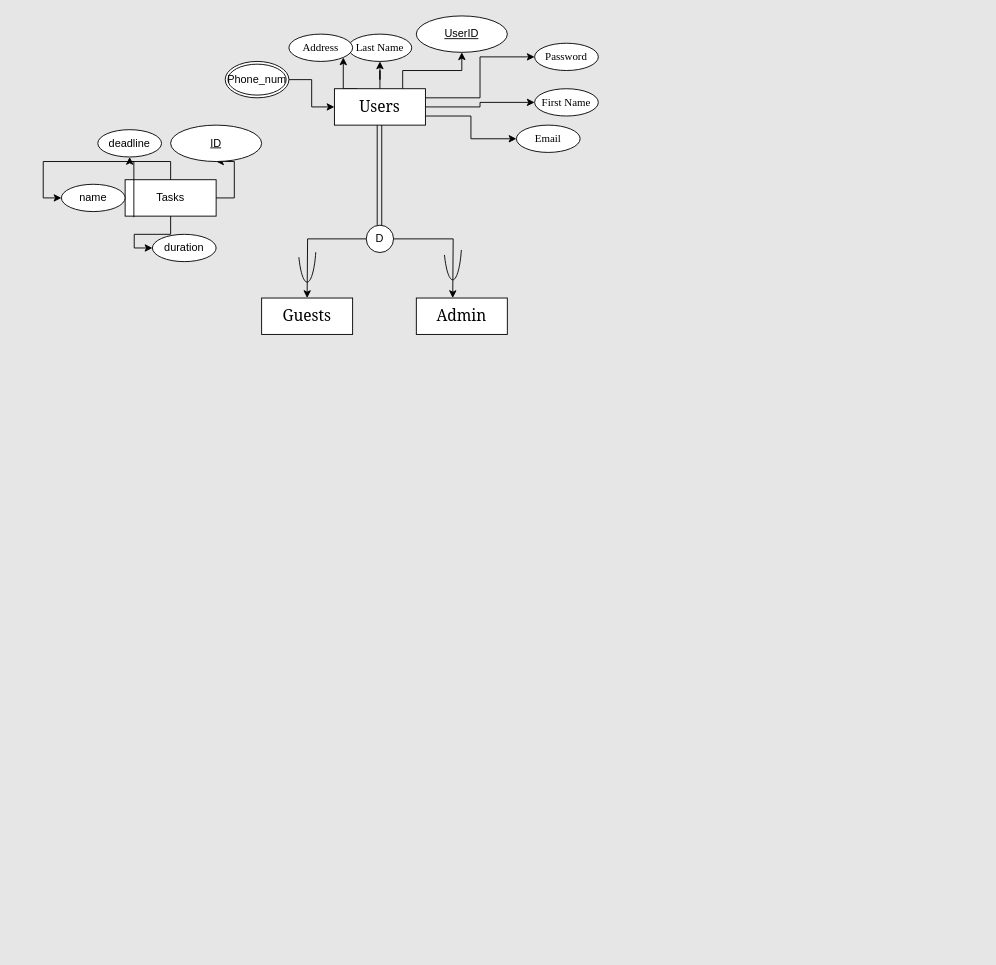
Earlier version of the draw.io diagram Untitled Diagram.drawio (JimmyDevvvvv/Ooga-booga-DB). Source tidied: cells renumbered, new cells numbered last; positions are measured from the earlier drawing's top-left corner, leaving out a move shared by most shapes. Both pictures are drawn from the tidied source at 91%, with x=0, y=0 at pixel (61, 15).
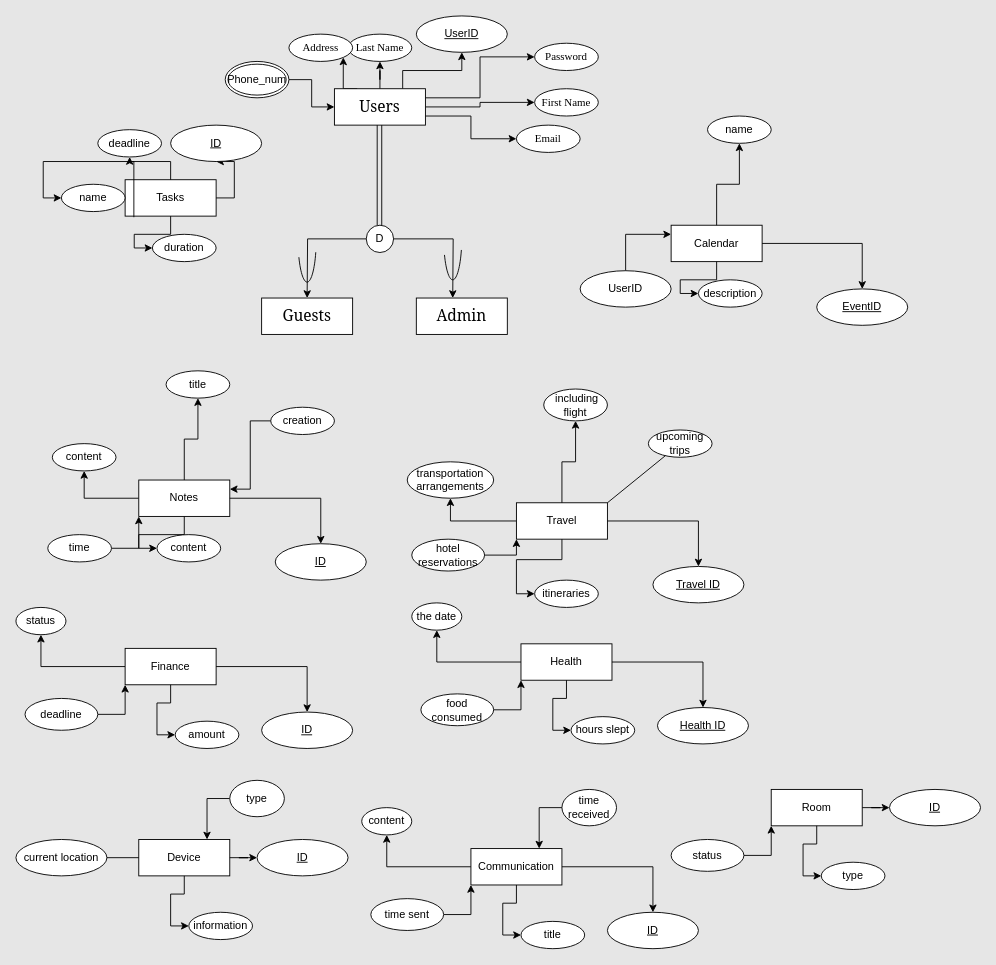
Above is the later version.

Diff of the diagram source:
```diff
@@
+    <mxCell id="34" value="&lt;p style=&quot;line-height: 240%;&quot;&gt;Calendar&lt;br&gt;&lt;/p&gt;" style="whiteSpace=wrap;html=1;align=center;fillColor=#FFFFFF;" parent="1" vertex="1">
+      <mxGeometry x="670" y="230" width="100" height="40" as="geometry" />
+    </mxCell>
+    <mxCell id="35" style="edgeStyle=orthogonalEdgeStyle;rounded=0;jettySize=auto;html=1;exitX=1;exitY=0.5;exitDx=0;exitDy=0;" parent="1" edge="1" source="34" target="36">
+      <mxGeometry relative="1" as="geometry" />
+    </mxCell>
+    <mxCell id="36" value="EventID" style="ellipse;whiteSpace=wrap;html=1;align=center;fontStyle=4;" parent="1" vertex="1">
+      <mxGeometry x="830" y="300" width="100" height="40" as="geometry" />
+    </mxCell>
+    <mxCell id="37" style="edgeStyle=orthogonalEdgeStyle;rounded=0;jettySize=auto;html=1;" parent="1" edge="1" source="34" target="39">
+      <mxGeometry relative="1" as="geometry" />
+    </mxCell>
+    <mxCell id="38" style="edgeStyle=orthogonalEdgeStyle;rounded=0;jettySize=auto;html=1;entryX=0;entryY=0.5;entryDx=0;entryDy=0;" parent="1" edge="1" source="34" target="40">
+      <mxGeometry relative="1" as="geometry" />
+    </mxCell>
+    <mxCell id="39" value="name" style="ellipse;whiteSpace=wrap;html=1;align=center;" parent="1" vertex="1">
+      <mxGeometry x="710" y="110" width="70" height="30" as="geometry" />
+    </mxCell>
+    <mxCell id="40" value="description" style="ellipse;whiteSpace=wrap;html=1;align=center;" parent="1" vertex="1">
+      <mxGeometry x="700" y="290" width="70" height="30" as="geometry" />
+    </mxCell>
+    <mxCell id="41" style="edgeStyle=orthogonalEdgeStyle;rounded=0;jettySize=auto;html=1;entryX=0.5;entryY=1;entryDx=0;entryDy=0;" parent="1" edge="1" source="42" target="49">
+      <mxGeometry relative="1" as="geometry" />
+    </mxCell>
+    <mxCell id="42" value="&lt;p style=&quot;line-height: 240%;&quot;&gt;Notes&lt;br&gt;&lt;/p&gt;" style="whiteSpace=wrap;html=1;align=center;fillColor=#FFFFFF;" parent="1" vertex="1">
+      <mxGeometry x="85" y="510" width="100" height="40" as="geometry" />
+    </mxCell>
+    <mxCell id="43" style="edgeStyle=orthogonalEdgeStyle;rounded=0;jettySize=auto;html=1;exitX=1;exitY=0.5;exitDx=0;exitDy=0;" parent="1" edge="1" source="42" target="44">
+      <mxGeometry relative="1" as="geometry" />
+    </mxCell>
+    <mxCell id="44" value="ID" style="ellipse;whiteSpace=wrap;html=1;align=center;fontStyle=4;" parent="1" vertex="1">
+      <mxGeometry x="235" y="580" width="100" height="40" as="geometry" />
+    </mxCell>
+    <mxCell id="45" style="edgeStyle=orthogonalEdgeStyle;rounded=0;jettySize=auto;html=1;" parent="1" edge="1" source="42" target="47">
+      <mxGeometry relative="1" as="geometry" />
+    </mxCell>
+    <mxCell id="46" style="edgeStyle=orthogonalEdgeStyle;rounded=0;jettySize=auto;html=1;entryX=0;entryY=0.5;entryDx=0;entryDy=0;" parent="1" edge="1" source="42" target="48">
+      <mxGeometry relative="1" as="geometry" />
+    </mxCell>
+    <mxCell id="47" value="title" style="ellipse;whiteSpace=wrap;html=1;align=center;" parent="1" vertex="1">
+      <mxGeometry x="115" y="390" width="70" height="30" as="geometry" />
+    </mxCell>
+    <mxCell id="48" value="content" style="ellipse;whiteSpace=wrap;html=1;align=center;" parent="1" vertex="1">
+      <mxGeometry x="105" y="570" width="70" height="30" as="geometry" />
+    </mxCell>
+    <mxCell id="49" value="content" style="ellipse;whiteSpace=wrap;html=1;align=center;" parent="1" vertex="1">
+      <mxGeometry x="-10" y="470" width="70" height="30" as="geometry" />
+    </mxCell>
+    <mxCell id="50" style="edgeStyle=orthogonalEdgeStyle;rounded=0;jettySize=auto;html=1;entryX=1;entryY=0.25;entryDx=0;entryDy=0;" parent="1" edge="1" source="51" target="42">
+      <mxGeometry relative="1" as="geometry" />
+    </mxCell>
+    <mxCell id="51" value="creation" style="ellipse;whiteSpace=wrap;html=1;align=center;" parent="1" vertex="1">
+      <mxGeometry x="230" y="430" width="70" height="30" as="geometry" />
+    </mxCell>
+    <mxCell id="52" style="edgeStyle=orthogonalEdgeStyle;rounded=0;jettySize=auto;html=1;exitX=1;exitY=0.5;exitDx=0;exitDy=0;entryX=0;entryY=1;entryDx=0;entryDy=0;" parent="1" edge="1" source="53" target="42">
+      <mxGeometry relative="1" as="geometry" />
+    </mxCell>
+    <mxCell id="53" value="time" style="ellipse;whiteSpace=wrap;html=1;align=center;" parent="1" vertex="1">
+      <mxGeometry x="-15" y="570" width="70" height="30" as="geometry" />
+    </mxCell>
+    <mxCell id="54" style="edgeStyle=orthogonalEdgeStyle;rounded=0;jettySize=auto;html=1;entryX=0.5;entryY=1;entryDx=0;entryDy=0;" parent="1" edge="1" source="55" target="62">
+      <mxGeometry relative="1" as="geometry" />
+    </mxCell>
+    <mxCell id="55" value="&lt;p style=&quot;line-height: 240%;&quot;&gt;Travel&lt;br&gt;&lt;/p&gt;" style="whiteSpace=wrap;html=1;align=center;fillColor=#FFFFFF;" parent="1" vertex="1">
+      <mxGeometry x="500" y="535" width="100" height="40" as="geometry" />
+    </mxCell>
+    <mxCell id="56" style="edgeStyle=orthogonalEdgeStyle;rounded=0;jettySize=auto;html=1;exitX=1;exitY=0.5;exitDx=0;exitDy=0;" parent="1" edge="1" source="55" target="57">
+      <mxGeometry relative="1" as="geometry" />
+    </mxCell>
+    <mxCell id="57" value="Travel ID" style="ellipse;whiteSpace=wrap;html=1;align=center;fontStyle=4;" parent="1" vertex="1">
+      <mxGeometry x="650" y="605" width="100" height="40" as="geometry" />
+    </mxCell>
+    <mxCell id="58" style="edgeStyle=orthogonalEdgeStyle;rounded=0;jettySize=auto;html=1;" parent="1" edge="1" source="55" target="60">
+      <mxGeometry relative="1" as="geometry" />
+    </mxCell>
+    <mxCell id="59" style="edgeStyle=orthogonalEdgeStyle;rounded=0;jettySize=auto;html=1;entryX=0;entryY=0.5;entryDx=0;entryDy=0;" parent="1" edge="1" source="55" target="61">
+      <mxGeometry relative="1" as="geometry" />
+    </mxCell>
+    <mxCell id="60" value="&amp;nbsp;including flight" style="ellipse;whiteSpace=wrap;html=1;align=center;" parent="1" vertex="1">
+      <mxGeometry x="530" y="410" width="70" height="35" as="geometry" />
+    </mxCell>
+    <mxCell id="61" value="itineraries" style="ellipse;whiteSpace=wrap;html=1;align=center;" parent="1" vertex="1">
+      <mxGeometry x="520" y="620" width="70" height="30" as="geometry" />
+    </mxCell>
+    <mxCell id="62" value="transportation&lt;br/&gt;arrangements" style="ellipse;whiteSpace=wrap;html=1;align=center;" parent="1" vertex="1">
+      <mxGeometry x="380" y="490" width="95" height="40" as="geometry" />
+    </mxCell>
+    <mxCell id="63" value=" upcoming trips" style="ellipse;whiteSpace=wrap;html=1;align=center;" parent="1" vertex="1">
+      <mxGeometry x="645" y="455" width="70" height="30" as="geometry" />
+    </mxCell>
+    <mxCell id="64" style="edgeStyle=orthogonalEdgeStyle;rounded=0;jettySize=auto;html=1;exitX=1;exitY=0.5;exitDx=0;exitDy=0;entryX=0;entryY=1;entryDx=0;entryDy=0;" parent="1" edge="1" source="65" target="55">
+      <mxGeometry relative="1" as="geometry" />
+    </mxCell>
+    <mxCell id="65" value="hotel reservations" style="ellipse;whiteSpace=wrap;html=1;align=center;" parent="1" vertex="1">
+      <mxGeometry x="385" y="575" width="80" height="35" as="geometry" />
+    </mxCell>
+    <mxCell id="66" style="edgeStyle=orthogonalEdgeStyle;rounded=0;jettySize=auto;html=1;entryX=0.5;entryY=1;entryDx=0;entryDy=0;" parent="1" edge="1" source="67" target="72">
+      <mxGeometry relative="1" as="geometry" />
+    </mxCell>
+    <mxCell id="67" value="&lt;p style=&quot;line-height: 240%;&quot;&gt;Finance&lt;br&gt;&lt;/p&gt;" style="whiteSpace=wrap;html=1;align=center;fillColor=#FFFFFF;" parent="1" vertex="1">
+      <mxGeometry x="70" y="695" width="100" height="40" as="geometry" />
+    </mxCell>
+    <mxCell id="68" style="edgeStyle=orthogonalEdgeStyle;rounded=0;jettySize=auto;html=1;exitX=1;exitY=0.5;exitDx=0;exitDy=0;" parent="1" edge="1" source="67" target="69">
+      <mxGeometry relative="1" as="geometry" />
+    </mxCell>
+    <mxCell id="69" value="ID" style="ellipse;whiteSpace=wrap;html=1;align=center;fontStyle=4;" parent="1" vertex="1">
+      <mxGeometry x="220" y="765" width="100" height="40" as="geometry" />
+    </mxCell>
+    <mxCell id="70" style="edgeStyle=orthogonalEdgeStyle;rounded=0;jettySize=auto;html=1;entryX=0;entryY=0.5;entryDx=0;entryDy=0;" parent="1" edge="1" source="67" target="71">
+      <mxGeometry relative="1" as="geometry" />
+    </mxCell>
+    <mxCell id="71" value="amount" style="ellipse;whiteSpace=wrap;html=1;align=center;" parent="1" vertex="1">
+      <mxGeometry x="125" y="775" width="70" height="30" as="geometry" />
+    </mxCell>
+    <mxCell id="72" value="status" style="ellipse;whiteSpace=wrap;html=1;align=center;" parent="1" vertex="1">
+      <mxGeometry x="-50" y="650" width="55" height="30" as="geometry" />
+    </mxCell>
+    <mxCell id="73" style="edgeStyle=orthogonalEdgeStyle;rounded=0;jettySize=auto;html=1;exitX=1;exitY=0.5;exitDx=0;exitDy=0;entryX=0;entryY=1;entryDx=0;entryDy=0;" parent="1" edge="1" source="74" target="67">
+      <mxGeometry relative="1" as="geometry" />
+    </mxCell>
+    <mxCell id="74" value="deadline" style="ellipse;whiteSpace=wrap;html=1;align=center;" parent="1" vertex="1">
+      <mxGeometry x="-40" y="750" width="80" height="35" as="geometry" />
+    </mxCell>
+    <mxCell id="75" style="edgeStyle=orthogonalEdgeStyle;rounded=0;jettySize=auto;html=1;entryX=0.5;entryY=1;entryDx=0;entryDy=0;" parent="1" edge="1" source="76" target="81">
+      <mxGeometry relative="1" as="geometry" />
+    </mxCell>
+    <mxCell id="76" value="&lt;p style=&quot;line-height: 240%;&quot;&gt;Health&lt;br&gt;&lt;/p&gt;" style="whiteSpace=wrap;html=1;align=center;fillColor=#FFFFFF;" parent="1" vertex="1">
+      <mxGeometry x="505" y="690" width="100" height="40" as="geometry" />
+    </mxCell>
+    <mxCell id="77" style="edgeStyle=orthogonalEdgeStyle;rounded=0;jettySize=auto;html=1;exitX=1;exitY=0.5;exitDx=0;exitDy=0;" parent="1" edge="1" source="76" target="78">
+      <mxGeometry relative="1" as="geometry" />
+    </mxCell>
+    <mxCell id="78" value="Health ID" style="ellipse;whiteSpace=wrap;html=1;align=center;fontStyle=4;" parent="1" vertex="1">
+      <mxGeometry x="655" y="760" width="100" height="40" as="geometry" />
+    </mxCell>
+    <mxCell id="79" style="edgeStyle=orthogonalEdgeStyle;rounded=0;jettySize=auto;html=1;entryX=0;entryY=0.5;entryDx=0;entryDy=0;" parent="1" edge="1" source="76" target="80">
+      <mxGeometry relative="1" as="geometry" />
+    </mxCell>
+    <mxCell id="80" value="hours slept" style="ellipse;whiteSpace=wrap;html=1;align=center;" parent="1" vertex="1">
+      <mxGeometry x="560" y="770" width="70" height="30" as="geometry" />
+    </mxCell>
+    <mxCell id="81" value="the date" style="ellipse;whiteSpace=wrap;html=1;align=center;" parent="1" vertex="1">
+      <mxGeometry x="385" y="645" width="55" height="30" as="geometry" />
+    </mxCell>
+    <mxCell id="82" style="edgeStyle=orthogonalEdgeStyle;rounded=0;jettySize=auto;html=1;exitX=1;exitY=0.5;exitDx=0;exitDy=0;entryX=0;entryY=1;entryDx=0;entryDy=0;" parent="1" edge="1" source="83" target="76">
+      <mxGeometry relative="1" as="geometry" />
+    </mxCell>
+    <mxCell id="83" value="food consumed" style="ellipse;whiteSpace=wrap;html=1;align=center;" parent="1" vertex="1">
+      <mxGeometry x="395" y="745" width="80" height="35" as="geometry" />
+    </mxCell>
+    <mxCell id="84" style="edgeStyle=orthogonalEdgeStyle;rounded=0;jettySize=auto;html=1;entryX=0;entryY=0.25;entryDx=0;entryDy=0;" parent="1" edge="1" source="85" target="34">
+      <mxGeometry relative="1" as="geometry" />
+    </mxCell>
+    <mxCell id="85" value="UserID" style="ellipse;whiteSpace=wrap;html=1;align=center;" parent="1" vertex="1">
+      <mxGeometry x="570" y="280" width="100" height="40" as="geometry" />
+    </mxCell>
+    <mxCell id="86" style="edgeStyle=orthogonalEdgeStyle;rounded=0;jettySize=auto;html=1;entryX=0.5;entryY=1;entryDx=0;entryDy=0;" parent="1" edge="1" source="87" target="92">
+      <mxGeometry relative="1" as="geometry" />
+    </mxCell>
+    <mxCell id="87" value="&lt;p style=&quot;line-height: 240%;&quot;&gt;Communication&lt;br&gt;&lt;/p&gt;" style="whiteSpace=wrap;html=1;align=center;fillColor=#FFFFFF;" parent="1" vertex="1">
+      <mxGeometry x="450" y="915" width="100" height="40" as="geometry" />
+    </mxCell>
+    <mxCell id="88" style="edgeStyle=orthogonalEdgeStyle;rounded=0;jettySize=auto;html=1;exitX=1;exitY=0.5;exitDx=0;exitDy=0;" parent="1" edge="1" source="87" target="89">
+      <mxGeometry relative="1" as="geometry" />
+    </mxCell>
+    <mxCell id="89" value="ID" style="ellipse;whiteSpace=wrap;html=1;align=center;fontStyle=4;" parent="1" vertex="1">
+      <mxGeometry x="600" y="985" width="100" height="40" as="geometry" />
+    </mxCell>
+    <mxCell id="90" style="edgeStyle=orthogonalEdgeStyle;rounded=0;jettySize=auto;html=1;entryX=0;entryY=0.5;entryDx=0;entryDy=0;" parent="1" edge="1" source="87" target="91">
+      <mxGeometry relative="1" as="geometry" />
+    </mxCell>
+    <mxCell id="91" value="title" style="ellipse;whiteSpace=wrap;html=1;align=center;" parent="1" vertex="1">
+      <mxGeometry x="505" y="995" width="70" height="30" as="geometry" />
+    </mxCell>
+    <mxCell id="92" value="content" style="ellipse;whiteSpace=wrap;html=1;align=center;" parent="1" vertex="1">
+      <mxGeometry x="330" y="870" width="55" height="30" as="geometry" />
+    </mxCell>
+    <mxCell id="93" style="edgeStyle=orthogonalEdgeStyle;rounded=0;jettySize=auto;html=1;exitX=1;exitY=0.5;exitDx=0;exitDy=0;entryX=0;entryY=1;entryDx=0;entryDy=0;" parent="1" edge="1" source="94" target="87">
+      <mxGeometry relative="1" as="geometry" />
+    </mxCell>
+    <mxCell id="94" value="time sent" style="ellipse;whiteSpace=wrap;html=1;align=center;" parent="1" vertex="1">
+      <mxGeometry x="340" y="970" width="80" height="35" as="geometry" />
+    </mxCell>
+    <mxCell id="95" style="edgeStyle=orthogonalEdgeStyle;rounded=0;jettySize=auto;html=1;exitX=0;exitY=0.5;exitDx=0;exitDy=0;entryX=0.75;entryY=0;entryDx=0;entryDy=0;" parent="1" edge="1" source="96" target="87">
+      <mxGeometry relative="1" as="geometry" />
+    </mxCell>
+    <mxCell id="96" value="time&lt;br/&gt;received" style="ellipse;whiteSpace=wrap;html=1;align=center;" parent="1" vertex="1">
+      <mxGeometry x="550" y="850" width="60" height="40" as="geometry" />
+    </mxCell>
+    <mxCell id="97" value="&lt;p style=&quot;line-height: 240%;&quot;&gt;Device&lt;br&gt;&lt;/p&gt;" style="whiteSpace=wrap;html=1;align=center;fillColor=#FFFFFF;" parent="1" vertex="1">
+      <mxGeometry x="85" y="905" width="100" height="40" as="geometry" />
+    </mxCell>
+    <mxCell id="98" style="edgeStyle=orthogonalEdgeStyle;rounded=0;jettySize=auto;html=1;exitX=1;exitY=0.5;exitDx=0;exitDy=0;" parent="1" edge="1" source="97" target="99">
+      <mxGeometry relative="1" as="geometry" />
+    </mxCell>
+    <mxCell id="99" value="ID" style="ellipse;whiteSpace=wrap;html=1;align=center;fontStyle=4;" parent="1" vertex="1">
+      <mxGeometry x="215" y="905" width="100" height="40" as="geometry" />
+    </mxCell>
+    <mxCell id="100" style="edgeStyle=orthogonalEdgeStyle;rounded=0;jettySize=auto;html=1;entryX=0;entryY=0.5;entryDx=0;entryDy=0;" parent="1" edge="1" source="97" target="101">
+      <mxGeometry relative="1" as="geometry" />
+    </mxCell>
+    <mxCell id="101" value="information" style="ellipse;whiteSpace=wrap;html=1;align=center;" parent="1" vertex="1">
+      <mxGeometry x="140" y="985" width="70" height="30" as="geometry" />
+    </mxCell>
+    <mxCell id="102" style="edgeStyle=orthogonalEdgeStyle;rounded=0;jettySize=auto;html=1;exitX=0;exitY=0.5;exitDx=0;exitDy=0;entryX=0.75;entryY=0;entryDx=0;entryDy=0;" parent="1" edge="1" source="103" target="97">
+      <mxGeometry relative="1" as="geometry" />
+    </mxCell>
+    <mxCell id="103" value="type" style="ellipse;whiteSpace=wrap;html=1;align=center;" parent="1" vertex="1">
+      <mxGeometry x="185" y="840" width="60" height="40" as="geometry" />
+    </mxCell>
+    <mxCell id="104" value="&lt;p style=&quot;line-height: 240%;&quot;&gt;Room&lt;br&gt;&lt;/p&gt;" style="whiteSpace=wrap;html=1;align=center;fillColor=#FFFFFF;" parent="1" vertex="1">
+      <mxGeometry x="780" y="850" width="100" height="40" as="geometry" />
+    </mxCell>
+    <mxCell id="105" style="edgeStyle=orthogonalEdgeStyle;rounded=0;jettySize=auto;html=1;exitX=1;exitY=0.5;exitDx=0;exitDy=0;" parent="1" edge="1" source="104" target="106">
+      <mxGeometry relative="1" as="geometry" />
+    </mxCell>
+    <mxCell id="106" value="ID" style="ellipse;whiteSpace=wrap;html=1;align=center;fontStyle=4;" parent="1" vertex="1">
+      <mxGeometry x="910" y="850" width="100" height="40" as="geometry" />
+    </mxCell>
+    <mxCell id="107" style="edgeStyle=orthogonalEdgeStyle;rounded=0;jettySize=auto;html=1;entryX=0;entryY=0.5;entryDx=0;entryDy=0;" parent="1" edge="1" source="104" target="108">
+      <mxGeometry relative="1" as="geometry" />
+    </mxCell>
+    <mxCell id="108" value="type" style="ellipse;whiteSpace=wrap;html=1;align=center;" parent="1" vertex="1">
+      <mxGeometry x="835" y="930" width="70" height="30" as="geometry" />
+    </mxCell>
+    <mxCell id="109" style="edgeStyle=orthogonalEdgeStyle;rounded=0;jettySize=auto;html=1;exitX=1;exitY=0.5;exitDx=0;exitDy=0;entryX=0;entryY=1;entryDx=0;entryDy=0;" parent="1" edge="1" source="110" target="104">
+      <mxGeometry relative="1" as="geometry" />
+    </mxCell>
+    <mxCell id="110" value="status" style="ellipse;whiteSpace=wrap;html=1;align=center;" parent="1" vertex="1">
+      <mxGeometry x="670" y="905" width="80" height="35" as="geometry" />
+    </mxCell>
+    <mxCell id="111" style="endArrow=none;html=1;rounded=0;entryX=1;entryY=0;entryDx=0;entryDy=0;" parent="1" edge="1" source="63" target="55">
+      <mxGeometry relative="1" as="geometry" />
+    </mxCell>
+    <mxCell id="112" value="current location" style="ellipse;whiteSpace=wrap;html=1;align=center;" parent="1" vertex="1">
+      <mxGeometry x="-50" y="905" width="100" height="40" as="geometry" />
+    </mxCell>
+    <mxCell id="113" style="endArrow=none;html=1;rounded=0;entryX=0;entryY=0.5;entryDx=0;entryDy=0;exitX=1;exitY=0.5;exitDx=0;exitDy=0;" parent="1" edge="1" source="112" target="97">
+      <mxGeometry relative="1" as="geometry" />
+    </mxCell>
```
